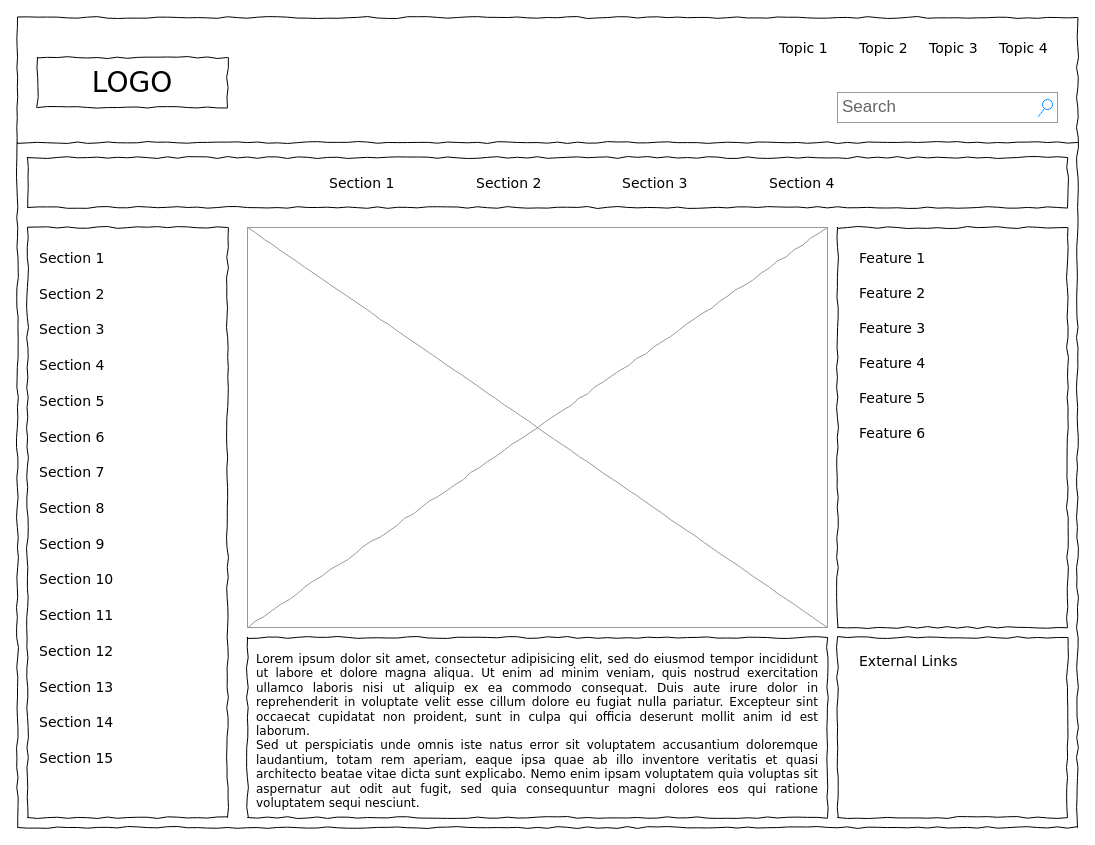
This is page "Page-1" (1 of 2) of Trabalho_DEAPC.drawio from Pedro-Faustino/Trabalho_DEAPC, a draw.io file, before an edit. Source tidied: cells renumbered, new cells numbered last; positions are measured from the earlier drawing's top-left corner, leaving out a move shared by most shapes. Both pictures are drawn from the tidied source at 100%, with x=0, y=0 at pixel (17, 17).
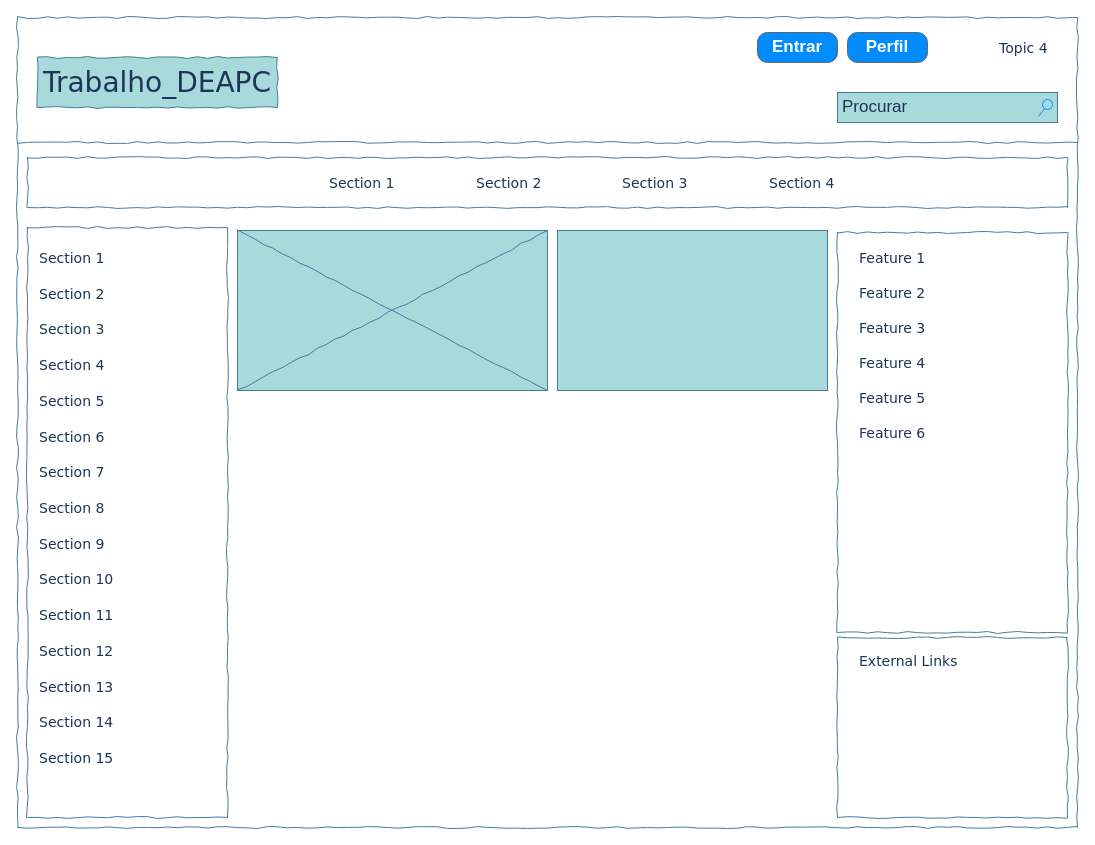
Above is the later version.

The edit, as a diff of the source:
```diff
@@
-    <mxCell id="2" style="whiteSpace=wrap;html=1;rounded=0;shadow=0;labelBackgroundColor=none;strokeColor=#000000;strokeWidth=1;fillColor=none;fontFamily=Verdana;fontSize=12;fontColor=#000000;align=center;comic=1;" parent="1" vertex="1">
+    <mxCell id="2" style="whiteSpace=wrap;html=1;rounded=0;shadow=0;labelBackgroundColor=none;strokeWidth=1;fillColor=none;fontFamily=Verdana;fontSize=12;align=center;comic=1;strokeColor=#457B9D;fontColor=#1D3557;" parent="1" vertex="1">
       <mxGeometry width="1060" height="810" as="geometry" />
     </mxCell>
-    <mxCell id="3" value="LOGO" style="whiteSpace=wrap;html=1;rounded=0;shadow=0;labelBackgroundColor=none;strokeWidth=1;fontFamily=Verdana;fontSize=28;align=center;comic=1;" parent="1" vertex="1">
-      <mxGeometry x="20" y="40" width="190" height="50" as="geometry" />
+    <mxCell id="3" value="Trabalho_DEAPC" style="whiteSpace=wrap;html=1;rounded=0;shadow=0;labelBackgroundColor=none;strokeWidth=1;fontFamily=Verdana;fontSize=28;align=center;comic=1;fillColor=#A8DADC;strokeColor=#457B9D;fontColor=#1D3557;" parent="1" vertex="1">
+      <mxGeometry x="20" y="40" width="240" height="50" as="geometry" />
     </mxCell>
-    <mxCell id="4" value="Search" style="strokeWidth=1;shadow=0;dashed=0;align=center;html=1;shape=mxgraph.mockup.forms.searchBox;strokeColor=#999999;mainText=;strokeColor2=#008cff;fontColor=#666666;fontSize=17;align=left;spacingLeft=3;rounded=0;labelBackgroundColor=none;comic=1;" parent="1" vertex="1">
+    <mxCell id="4" value="Procurar" style="strokeWidth=1;shadow=0;dashed=0;align=center;html=1;shape=mxgraph.mockup.forms.searchBox;mainText=;strokeColor2=#008cff;fontSize=17;align=left;spacingLeft=3;rounded=0;labelBackgroundColor=none;comic=1;fillColor=#A8DADC;strokeColor=#457B9D;fontColor=#1D3557;" parent="1" vertex="1">
       <mxGeometry x="820" y="75" width="220" height="30" as="geometry" />
     </mxCell>
-    <mxCell id="5" value="Topic 1" style="text;html=1;align=left;verticalAlign=top;spacingTop=-4;fontSize=14;fontFamily=Verdana;" parent="1" vertex="1">
-      <mxGeometry x="760" y="20" width="60" height="20" as="geometry" />
-    </mxCell>
-    <mxCell id="6" value="Topic 2" style="text;html=1;align=left;verticalAlign=top;spacingTop=-4;fontSize=14;fontFamily=Verdana;" parent="1" vertex="1">
-      <mxGeometry x="840" y="20" width="60" height="20" as="geometry" />
-    </mxCell>
-    <mxCell id="7" value="Topic 3" style="text;html=1;align=left;verticalAlign=top;spacingTop=-4;fontSize=14;fontFamily=Verdana;" parent="1" vertex="1">
-      <mxGeometry x="910" y="20" width="60" height="20" as="geometry" />
-    </mxCell>
-    <mxCell id="8" value="Topic 4" style="text;html=1;align=left;verticalAlign=top;spacingTop=-4;fontSize=14;fontFamily=Verdana;" parent="1" vertex="1">
+    <mxCell id="8" value="Topic 4" style="text;html=1;align=left;verticalAlign=top;spacingTop=-4;fontSize=14;fontFamily=Verdana;labelBackgroundColor=none;fontColor=#1D3557;" parent="1" vertex="1">
       <mxGeometry x="980" y="20" width="60" height="20" as="geometry" />
     </mxCell>
-    <mxCell id="9" style="whiteSpace=wrap;html=1;rounded=0;shadow=0;labelBackgroundColor=none;strokeWidth=1;fillColor=none;fontFamily=Verdana;fontSize=12;align=center;comic=1;" parent="1" vertex="1">
+    <mxCell id="9" style="whiteSpace=wrap;html=1;rounded=0;shadow=0;labelBackgroundColor=none;strokeWidth=1;fillColor=none;fontFamily=Verdana;fontSize=12;align=center;comic=1;strokeColor=#457B9D;fontColor=#1D3557;" parent="1" vertex="1">
       <mxGeometry x="10" y="210" width="200" height="590" as="geometry" />
     </mxCell>
-    <mxCell id="10" style="line;strokeWidth=1;html=1;rounded=0;shadow=0;labelBackgroundColor=none;fillColor=none;fontFamily=Verdana;fontSize=14;fontColor=#000000;align=center;comic=1;" parent="1" vertex="1">
+    <mxCell id="10" style="line;strokeWidth=1;html=1;rounded=0;shadow=0;labelBackgroundColor=none;fillColor=none;fontFamily=Verdana;fontSize=14;align=center;comic=1;strokeColor=#457B9D;fontColor=#1D3557;" parent="1" vertex="1">
       <mxGeometry y="120" width="1060" height="10" as="geometry" />
     </mxCell>
-    <mxCell id="11" style="whiteSpace=wrap;html=1;rounded=0;shadow=0;labelBackgroundColor=none;strokeWidth=1;fillColor=none;fontFamily=Verdana;fontSize=12;align=center;comic=1;" parent="1" vertex="1">
+    <mxCell id="11" style="whiteSpace=wrap;html=1;rounded=0;shadow=0;labelBackgroundColor=none;strokeWidth=1;fillColor=none;fontFamily=Verdana;fontSize=12;align=center;comic=1;strokeColor=#457B9D;fontColor=#1D3557;" parent="1" vertex="1">
       <mxGeometry x="10" y="140" width="1040" height="50" as="geometry" />
     </mxCell>
-    <mxCell id="12" value="Section 1" style="text;html=1;align=left;verticalAlign=top;spacingTop=-4;fontSize=14;fontFamily=Verdana;" parent="1" vertex="1">
+    <mxCell id="12" value="Section 1" style="text;html=1;align=left;verticalAlign=top;spacingTop=-4;fontSize=14;fontFamily=Verdana;labelBackgroundColor=none;fontColor=#1D3557;" parent="1" vertex="1">
       <mxGeometry x="310" y="155" width="60" height="20" as="geometry" />
     </mxCell>
-    <mxCell id="13" value="Section 2" style="text;html=1;align=left;verticalAlign=top;spacingTop=-4;fontSize=14;fontFamily=Verdana;" parent="1" vertex="1">
+    <mxCell id="13" value="Section 2" style="text;html=1;align=left;verticalAlign=top;spacingTop=-4;fontSize=14;fontFamily=Verdana;labelBackgroundColor=none;fontColor=#1D3557;" parent="1" vertex="1">
       <mxGeometry x="457" y="155" width="60" height="20" as="geometry" />
     </mxCell>
-    <mxCell id="14" value="Section 3" style="text;html=1;align=left;verticalAlign=top;spacingTop=-4;fontSize=14;fontFamily=Verdana;" parent="1" vertex="1">
+    <mxCell id="14" value="Section 3" style="text;html=1;align=left;verticalAlign=top;spacingTop=-4;fontSize=14;fontFamily=Verdana;labelBackgroundColor=none;fontColor=#1D3557;" parent="1" vertex="1">
       <mxGeometry x="603" y="155" width="60" height="20" as="geometry" />
     </mxCell>
-    <mxCell id="15" value="Section 4" style="text;html=1;align=left;verticalAlign=top;spacingTop=-4;fontSize=14;fontFamily=Verdana;" parent="1" vertex="1">
+    <mxCell id="15" value="Section 4" style="text;html=1;align=left;verticalAlign=top;spacingTop=-4;fontSize=14;fontFamily=Verdana;labelBackgroundColor=none;fontColor=#1D3557;" parent="1" vertex="1">
       <mxGeometry x="750" y="155" width="60" height="20" as="geometry" />
     </mxCell>
-    <mxCell id="16" value="&lt;div style=&quot;text-align: justify&quot;&gt;&lt;span&gt;Lorem ipsum dolor sit amet, consectetur adipisicing elit, sed do eiusmod tempor incididunt ut labore et dolore magna aliqua. Ut enim ad minim veniam, quis nostrud exercitation ullamco laboris nisi ut aliquip ex ea commodo consequat. Duis aute irure dolor in reprehenderit in voluptate velit esse cillum dolore eu fugiat nulla pariatur. Excepteur sint occaecat cupidatat non proident, sunt in culpa qui officia deserunt mollit anim id est laborum.&lt;/span&gt;&lt;/div&gt;&lt;div style=&quot;text-align: justify&quot;&gt;&lt;span&gt;Sed ut perspiciatis unde omnis iste natus error sit voluptatem accusantium doloremque laudantium, totam rem aperiam, eaque ipsa quae ab illo inventore veritatis et quasi architecto beatae vitae dicta sunt explicabo. Nemo enim ipsam voluptatem quia voluptas sit aspernatur aut odit aut fugit, sed quia consequuntur magni dolores eos qui ratione voluptatem sequi nesciunt.&amp;nbsp;&lt;/span&gt;&lt;/div&gt;" style="whiteSpace=wrap;html=1;rounded=0;shadow=0;labelBackgroundColor=none;strokeWidth=1;fillColor=none;fontFamily=Verdana;fontSize=12;align=center;verticalAlign=top;spacing=10;comic=1;" parent="1" vertex="1">
-      <mxGeometry x="230" y="620" width="580" height="180" as="geometry" />
-    </mxCell>
-    <mxCell id="17" style="verticalLabelPosition=bottom;shadow=0;dashed=0;align=center;html=1;verticalAlign=top;strokeWidth=1;shape=mxgraph.mockup.graphics.simpleIcon;strokeColor=#999999;rounded=0;labelBackgroundColor=none;fontFamily=Verdana;fontSize=14;fontColor=#000000;comic=1;" parent="1" vertex="1">
-      <mxGeometry x="230" y="210" width="580" height="400" as="geometry" />
+    <mxCell id="17" style="verticalLabelPosition=bottom;shadow=0;dashed=0;align=center;html=1;verticalAlign=top;strokeWidth=1;shape=mxgraph.mockup.graphics.simpleIcon;rounded=0;labelBackgroundColor=none;fontFamily=Verdana;fontSize=14;comic=1;fillColor=#A8DADC;strokeColor=#457B9D;fontColor=#1D3557;" parent="1" vertex="1">
+      <mxGeometry x="220" y="213" width="310" height="160" as="geometry" />
     </mxCell>
-    <mxCell id="18" style="whiteSpace=wrap;html=1;rounded=0;shadow=0;labelBackgroundColor=none;strokeWidth=1;fillColor=none;fontFamily=Verdana;fontSize=12;align=center;comic=1;" parent="1" vertex="1">
-      <mxGeometry x="820" y="210" width="230" height="400" as="geometry" />
+    <mxCell id="18" style="whiteSpace=wrap;html=1;rounded=0;shadow=0;labelBackgroundColor=none;strokeWidth=1;fillColor=none;fontFamily=Verdana;fontSize=12;align=center;comic=1;strokeColor=#457B9D;fontColor=#1D3557;" parent="1" vertex="1">
+      <mxGeometry x="820" y="215" width="230" height="400" as="geometry" />
     </mxCell>
-    <mxCell id="19" style="whiteSpace=wrap;html=1;rounded=0;shadow=0;labelBackgroundColor=none;strokeWidth=1;fillColor=none;fontFamily=Verdana;fontSize=12;align=center;comic=1;" parent="1" vertex="1">
+    <mxCell id="19" style="whiteSpace=wrap;html=1;rounded=0;shadow=0;labelBackgroundColor=none;strokeWidth=1;fillColor=none;fontFamily=Verdana;fontSize=12;align=center;comic=1;strokeColor=#457B9D;fontColor=#1D3557;" parent="1" vertex="1">
       <mxGeometry x="820" y="620" width="230" height="180" as="geometry" />
     </mxCell>
-    <mxCell id="20" value="Section 1" style="text;html=1;align=left;verticalAlign=top;spacingTop=-4;fontSize=14;fontFamily=Verdana;" parent="1" vertex="1">
+    <mxCell id="20" value="Section 1" style="text;html=1;align=left;verticalAlign=top;spacingTop=-4;fontSize=14;fontFamily=Verdana;labelBackgroundColor=none;fontColor=#1D3557;" parent="1" vertex="1">
       <mxGeometry x="20" y="230" width="170" height="20" as="geometry" />
     </mxCell>
-    <mxCell id="21" value="Section 2" style="text;html=1;align=left;verticalAlign=top;spacingTop=-4;fontSize=14;fontFamily=Verdana;" parent="1" vertex="1">
+    <mxCell id="21" value="Section 2" style="text;html=1;align=left;verticalAlign=top;spacingTop=-4;fontSize=14;fontFamily=Verdana;labelBackgroundColor=none;fontColor=#1D3557;" parent="1" vertex="1">
       <mxGeometry x="20" y="266" width="170" height="20" as="geometry" />
     </mxCell>
-    <mxCell id="22" value="Section 3" style="text;html=1;align=left;verticalAlign=top;spacingTop=-4;fontSize=14;fontFamily=Verdana;" parent="1" vertex="1">
+    <mxCell id="22" value="Section 3" style="text;html=1;align=left;verticalAlign=top;spacingTop=-4;fontSize=14;fontFamily=Verdana;labelBackgroundColor=none;fontColor=#1D3557;" parent="1" vertex="1">
       <mxGeometry x="20" y="301" width="170" height="20" as="geometry" />
     </mxCell>
-    <mxCell id="23" value="Section 4" style="text;html=1;align=left;verticalAlign=top;spacingTop=-4;fontSize=14;fontFamily=Verdana;" parent="1" vertex="1">
+    <mxCell id="23" value="Section 4" style="text;html=1;align=left;verticalAlign=top;spacingTop=-4;fontSize=14;fontFamily=Verdana;labelBackgroundColor=none;fontColor=#1D3557;" parent="1" vertex="1">
       <mxGeometry x="20" y="337" width="170" height="20" as="geometry" />
     </mxCell>
-    <mxCell id="24" value="Section 7" style="text;html=1;align=left;verticalAlign=top;spacingTop=-4;fontSize=14;fontFamily=Verdana;" parent="1" vertex="1">
+    <mxCell id="24" value="Section 7" style="text;html=1;align=left;verticalAlign=top;spacingTop=-4;fontSize=14;fontFamily=Verdana;labelBackgroundColor=none;fontColor=#1D3557;" parent="1" vertex="1">
       <mxGeometry x="20" y="444" width="170" height="20" as="geometry" />
     </mxCell>
-    <mxCell id="25" value="Section 8" style="text;html=1;align=left;verticalAlign=top;spacingTop=-4;fontSize=14;fontFamily=Verdana;" parent="1" vertex="1">
+    <mxCell id="25" value="Section 8" style="text;html=1;align=left;verticalAlign=top;spacingTop=-4;fontSize=14;fontFamily=Verdana;labelBackgroundColor=none;fontColor=#1D3557;" parent="1" vertex="1">
       <mxGeometry x="20" y="480" width="170" height="20" as="geometry" />
     </mxCell>
-    <mxCell id="26" value="Section 9" style="text;html=1;align=left;verticalAlign=top;spacingTop=-4;fontSize=14;fontFamily=Verdana;" parent="1" vertex="1">
+    <mxCell id="26" value="Section 9" style="text;html=1;align=left;verticalAlign=top;spacingTop=-4;fontSize=14;fontFamily=Verdana;labelBackgroundColor=none;fontColor=#1D3557;" parent="1" vertex="1">
       <mxGeometry x="20" y="516" width="170" height="20" as="geometry" />
     </mxCell>
-    <mxCell id="27" value="Section 10" style="text;html=1;align=left;verticalAlign=top;spacingTop=-4;fontSize=14;fontFamily=Verdana;" parent="1" vertex="1">
+    <mxCell id="27" value="Section 10" style="text;html=1;align=left;verticalAlign=top;spacingTop=-4;fontSize=14;fontFamily=Verdana;labelBackgroundColor=none;fontColor=#1D3557;" parent="1" vertex="1">
       <mxGeometry x="20" y="551" width="170" height="20" as="geometry" />
     </mxCell>
-    <mxCell id="28" value="Section 11" style="text;html=1;align=left;verticalAlign=top;spacingTop=-4;fontSize=14;fontFamily=Verdana;" parent="1" vertex="1">
+    <mxCell id="28" value="Section 11" style="text;html=1;align=left;verticalAlign=top;spacingTop=-4;fontSize=14;fontFamily=Verdana;labelBackgroundColor=none;fontColor=#1D3557;" parent="1" vertex="1">
       <mxGeometry x="20" y="587" width="170" height="20" as="geometry" />
     </mxCell>
-    <mxCell id="29" value="Section 12" style="text;html=1;align=left;verticalAlign=top;spacingTop=-4;fontSize=14;fontFamily=Verdana;" parent="1" vertex="1">
+    <mxCell id="29" value="Section 12" style="text;html=1;align=left;verticalAlign=top;spacingTop=-4;fontSize=14;fontFamily=Verdana;labelBackgroundColor=none;fontColor=#1D3557;" parent="1" vertex="1">
       <mxGeometry x="20" y="623" width="170" height="20" as="geometry" />
     </mxCell>
-    <mxCell id="30" value="Section 13" style="text;html=1;align=left;verticalAlign=top;spacingTop=-4;fontSize=14;fontFamily=Verdana;" parent="1" vertex="1">
+    <mxCell id="30" value="Section 13" style="text;html=1;align=left;verticalAlign=top;spacingTop=-4;fontSize=14;fontFamily=Verdana;labelBackgroundColor=none;fontColor=#1D3557;" parent="1" vertex="1">
       <mxGeometry x="20" y="659" width="170" height="20" as="geometry" />
     </mxCell>
-    <mxCell id="31" value="Section 14" style="text;html=1;align=left;verticalAlign=top;spacingTop=-4;fontSize=14;fontFamily=Verdana;" parent="1" vertex="1">
+    <mxCell id="31" value="Section 14" style="text;html=1;align=left;verticalAlign=top;spacingTop=-4;fontSize=14;fontFamily=Verdana;labelBackgroundColor=none;fontColor=#1D3557;" parent="1" vertex="1">
       <mxGeometry x="20" y="694" width="170" height="20" as="geometry" />
     </mxCell>
-    <mxCell id="32" value="Section 5" style="text;html=1;align=left;verticalAlign=top;spacingTop=-4;fontSize=14;fontFamily=Verdana;" parent="1" vertex="1">
+    <mxCell id="32" value="Section 5" style="text;html=1;align=left;verticalAlign=top;spacingTop=-4;fontSize=14;fontFamily=Verdana;labelBackgroundColor=none;fontColor=#1D3557;" parent="1" vertex="1">
       <mxGeometry x="20" y="373" width="170" height="20" as="geometry" />
     </mxCell>
-    <mxCell id="33" value="Section 6" style="text;html=1;align=left;verticalAlign=top;spacingTop=-4;fontSize=14;fontFamily=Verdana;" parent="1" vertex="1">
+    <mxCell id="33" value="Section 6" style="text;html=1;align=left;verticalAlign=top;spacingTop=-4;fontSize=14;fontFamily=Verdana;labelBackgroundColor=none;fontColor=#1D3557;" parent="1" vertex="1">
       <mxGeometry x="20" y="409" width="170" height="20" as="geometry" />
     </mxCell>
-    <mxCell id="34" value="Section 15" style="text;html=1;align=left;verticalAlign=top;spacingTop=-4;fontSize=14;fontFamily=Verdana;" parent="1" vertex="1">
+    <mxCell id="34" value="Section 15" style="text;html=1;align=left;verticalAlign=top;spacingTop=-4;fontSize=14;fontFamily=Verdana;labelBackgroundColor=none;fontColor=#1D3557;" parent="1" vertex="1">
       <mxGeometry x="20" y="730" width="170" height="20" as="geometry" />
     </mxCell>
-    <mxCell id="35" value="External Links" style="text;html=1;align=left;verticalAlign=top;spacingTop=-4;fontSize=14;fontFamily=Verdana;" parent="1" vertex="1">
+    <mxCell id="35" value="External Links" style="text;html=1;align=left;verticalAlign=top;spacingTop=-4;fontSize=14;fontFamily=Verdana;labelBackgroundColor=none;fontColor=#1D3557;" parent="1" vertex="1">
       <mxGeometry x="840" y="633" width="170" height="20" as="geometry" />
     </mxCell>
-    <mxCell id="36" value="Feature 1" style="text;html=1;align=left;verticalAlign=top;spacingTop=-4;fontSize=14;fontFamily=Verdana;" parent="1" vertex="1">
+    <mxCell id="36" value="Feature 1" style="text;html=1;align=left;verticalAlign=top;spacingTop=-4;fontSize=14;fontFamily=Verdana;labelBackgroundColor=none;fontColor=#1D3557;" parent="1" vertex="1">
       <mxGeometry x="840" y="230" width="170" height="20" as="geometry" />
     </mxCell>
-    <mxCell id="37" value="Feature 2" style="text;html=1;align=left;verticalAlign=top;spacingTop=-4;fontSize=14;fontFamily=Verdana;" parent="1" vertex="1">
+    <mxCell id="37" value="Feature 2" style="text;html=1;align=left;verticalAlign=top;spacingTop=-4;fontSize=14;fontFamily=Verdana;labelBackgroundColor=none;fontColor=#1D3557;" parent="1" vertex="1">
       <mxGeometry x="840" y="265" width="170" height="20" as="geometry" />
     </mxCell>
-    <mxCell id="38" value="Feature 3" style="text;html=1;align=left;verticalAlign=top;spacingTop=-4;fontSize=14;fontFamily=Verdana;" parent="1" vertex="1">
+    <mxCell id="38" value="Feature 3" style="text;html=1;align=left;verticalAlign=top;spacingTop=-4;fontSize=14;fontFamily=Verdana;labelBackgroundColor=none;fontColor=#1D3557;" parent="1" vertex="1">
       <mxGeometry x="840" y="300" width="170" height="20" as="geometry" />
     </mxCell>
-    <mxCell id="39" value="Feature 4" style="text;html=1;align=left;verticalAlign=top;spacingTop=-4;fontSize=14;fontFamily=Verdana;" parent="1" vertex="1">
+    <mxCell id="39" value="Feature 4" style="text;html=1;align=left;verticalAlign=top;spacingTop=-4;fontSize=14;fontFamily=Verdana;labelBackgroundColor=none;fontColor=#1D3557;" parent="1" vertex="1">
       <mxGeometry x="840" y="335" width="170" height="20" as="geometry" />
     </mxCell>
-    <mxCell id="40" value="Feature 5" style="text;html=1;align=left;verticalAlign=top;spacingTop=-4;fontSize=14;fontFamily=Verdana;" parent="1" vertex="1">
+    <mxCell id="40" value="Feature 5" style="text;html=1;align=left;verticalAlign=top;spacingTop=-4;fontSize=14;fontFamily=Verdana;labelBackgroundColor=none;fontColor=#1D3557;" parent="1" vertex="1">
       <mxGeometry x="840" y="370" width="170" height="20" as="geometry" />
     </mxCell>
-    <mxCell id="41" value="Feature 6" style="text;html=1;align=left;verticalAlign=top;spacingTop=-4;fontSize=14;fontFamily=Verdana;" parent="1" vertex="1">
+    <mxCell id="41" value="Feature 6" style="text;html=1;align=left;verticalAlign=top;spacingTop=-4;fontSize=14;fontFamily=Verdana;labelBackgroundColor=none;fontColor=#1D3557;" parent="1" vertex="1">
       <mxGeometry x="840" y="405" width="170" height="20" as="geometry" />
     </mxCell>
+    <mxCell id="42" value="Entrar" style="strokeWidth=1;shadow=0;dashed=0;align=center;html=1;shape=mxgraph.mockup.buttons.button;strokeColor=#666666;fontColor=#ffffff;mainText=;buttonStyle=round;fontSize=17;fontStyle=1;fillColor=#008cff;whiteSpace=wrap;" parent="1" vertex="1">
+      <mxGeometry x="740" y="15" width="80" height="30" as="geometry" />
+    </mxCell>
+    <mxCell id="43" value="Perfil" style="strokeWidth=1;shadow=0;dashed=0;align=center;html=1;shape=mxgraph.mockup.buttons.button;strokeColor=#666666;fontColor=#ffffff;mainText=;buttonStyle=round;fontSize=17;fontStyle=1;fillColor=#008cff;whiteSpace=wrap;" parent="1" vertex="1">
+      <mxGeometry x="830" y="15" width="80" height="30" as="geometry" />
+    </mxCell>
+    <mxCell id="44" style="rounded=0;whiteSpace=wrap;html=1;strokeColor=#457B9D;fontColor=#1D3557;fillColor=#A8DADC;" parent="1" vertex="1">
+      <mxGeometry x="540" y="213" width="270" height="160" as="geometry" />
+    </mxCell>
```
